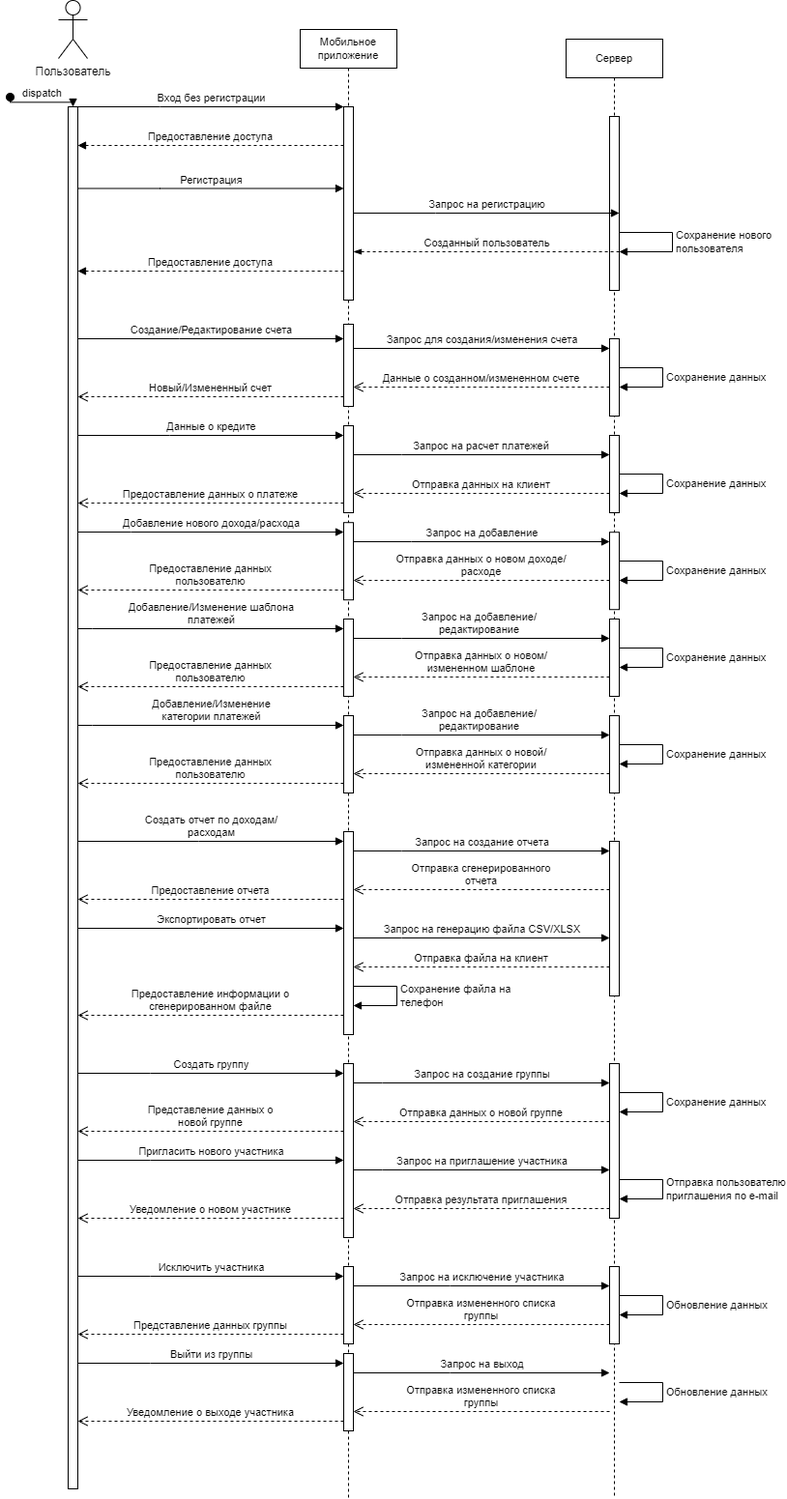
The draw.io diagram diagrams/Sequence.png in dany0k/TP-5.2-2, before a commit. Source tidied: cells renumbered, new cells last; positions are measured from the earlier drawing's top-left corner, leaving out a move shared by most shapes.
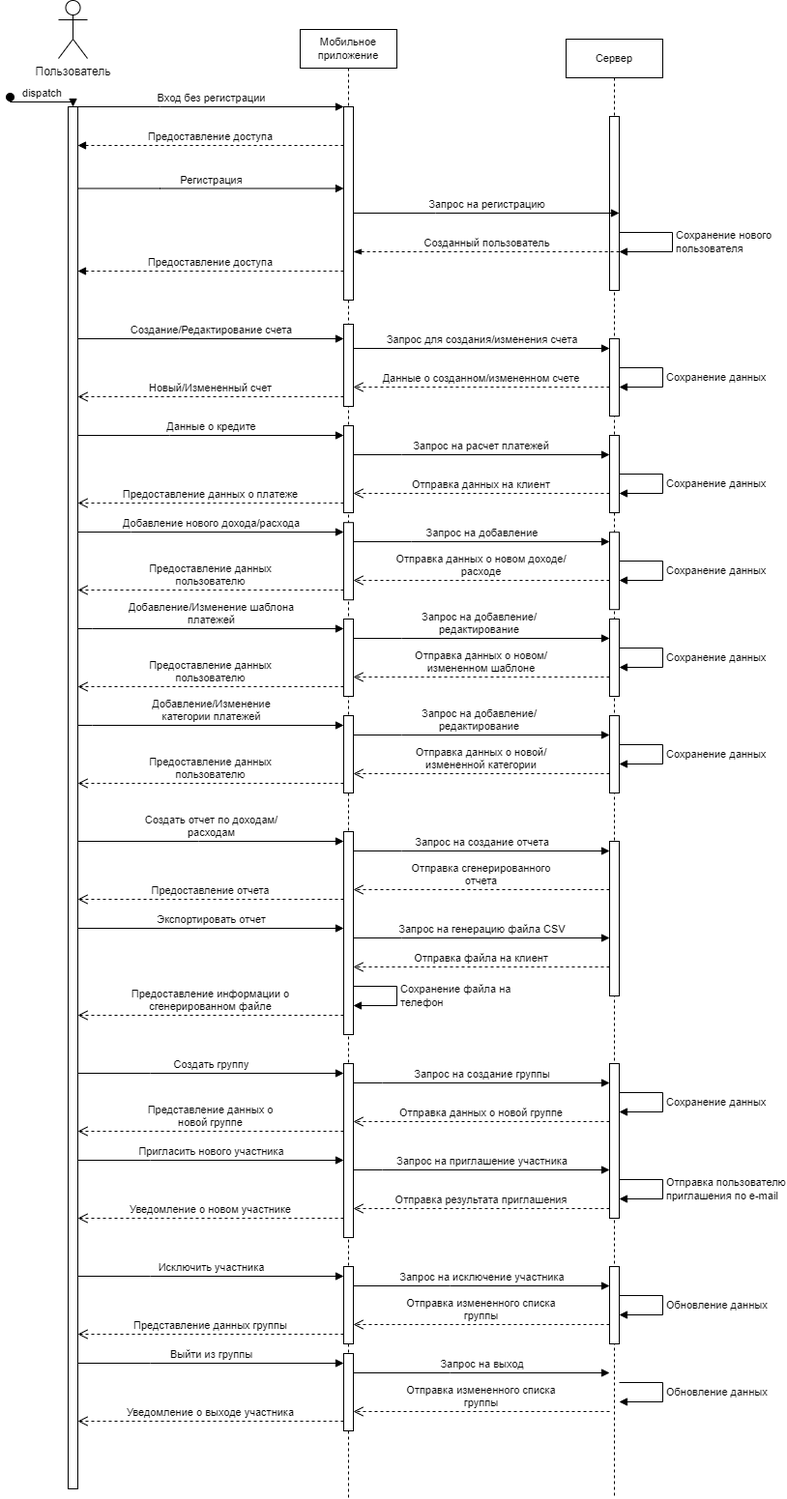
After the change.

Diff of the diagram source:
```diff
@@ -369,7 +369,7 @@
         </Array>
       </mxGeometry>
     </mxCell>
-    <mxCell id="63" value="Запрос на генерацию файла CSV/XLSX" style="html=1;verticalAlign=bottom;endArrow=block;edgeStyle=elbowEdgeStyle;elbow=vertical;curved=0;rounded=0;" parent="1" edge="1">
+    <mxCell id="63" value="Запрос на генерацию файла CSV" style="html=1;verticalAlign=bottom;endArrow=block;edgeStyle=elbowEdgeStyle;elbow=vertical;curved=0;rounded=0;" parent="1" edge="1">
       <mxGeometry relative="1" as="geometry">
         <mxPoint x="355" y="970" as="sourcePoint" />
         <mxPoint x="620" y="970" as="targetPoint" />
```
